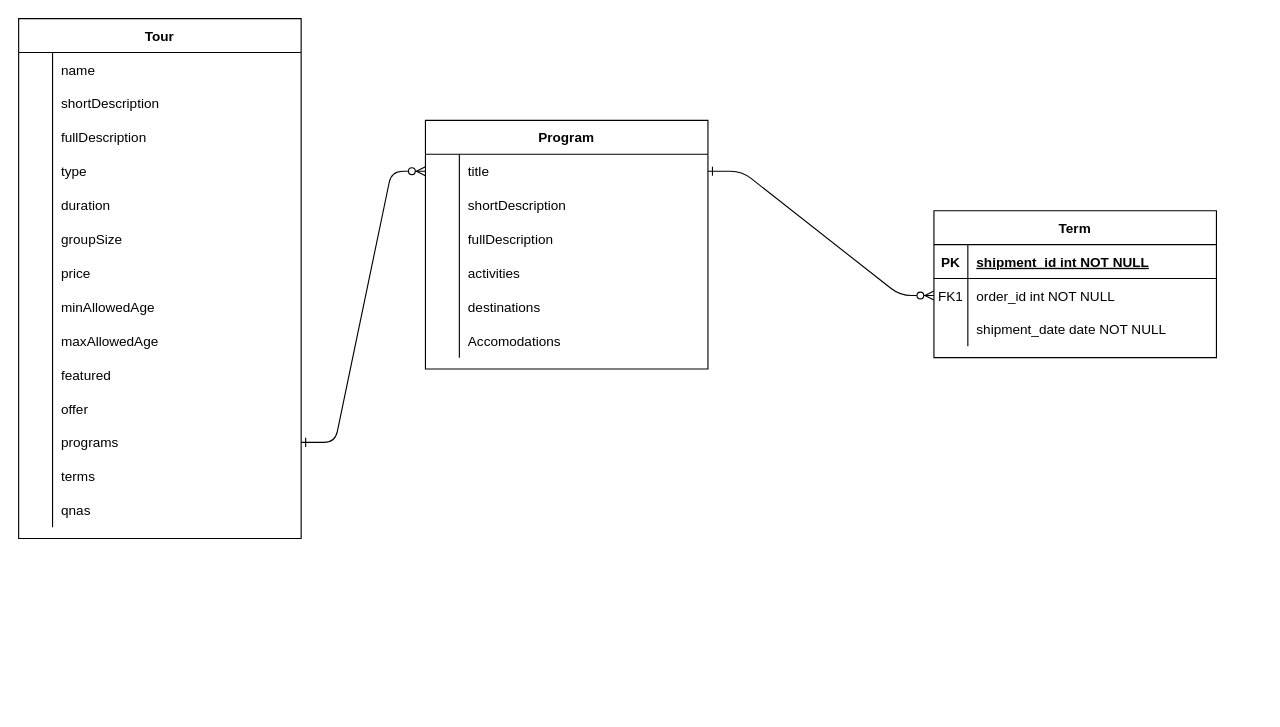
tarikwaleed/diagrams keeps this draw.io diagram as arrivo.drawio. Above is the earlier version. Source tidied: cells renumbered, new cells numbered last; positions are measured from the earlier drawing's top-left corner, leaving out a move shared by most shapes. Both pictures are drawn from the tidied source at 113%, with x=0, y=0 at pixel (18, 18).
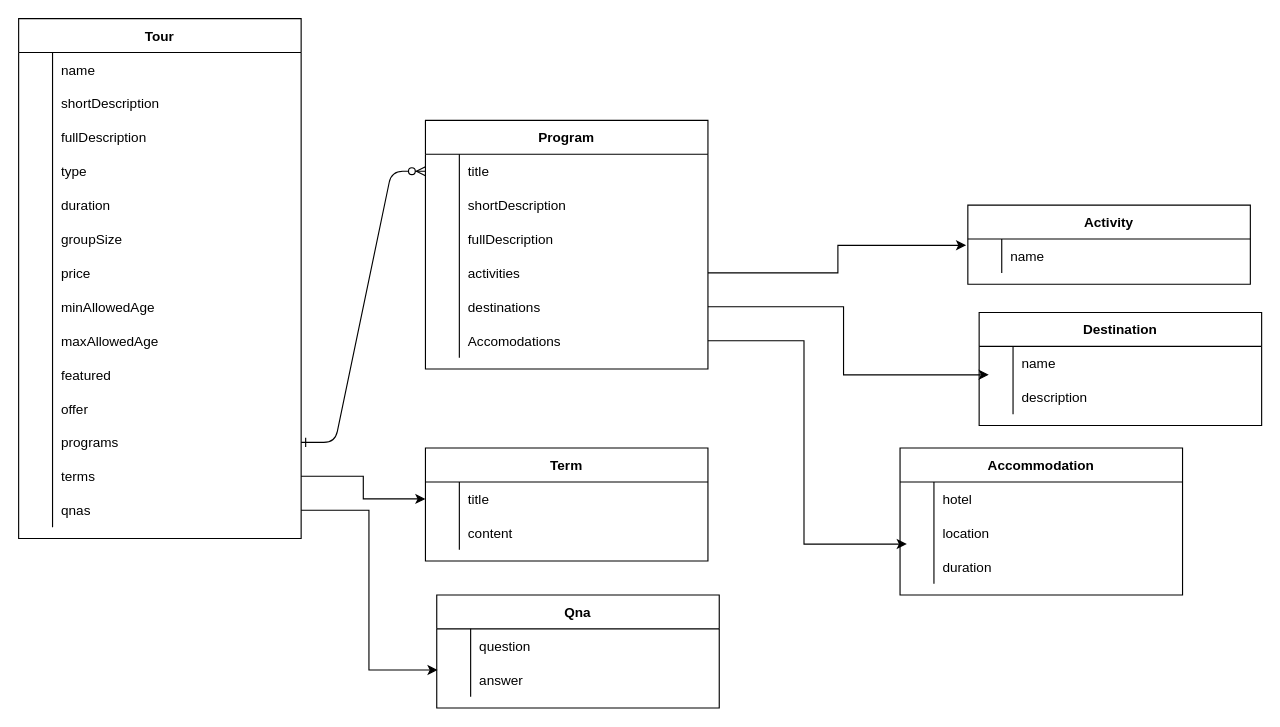
The same diagram, later.

Unchanged cells that the change refers to:
```xml
<mxCell id="14" style="shape=partialRectangle;fillColor=none;points=[[0,0.5],[1,0.5]];portConstraint=eastwest;top=0;left=0;right=0;bottom=0;" parent="4" vertex="1">
  <mxGeometry y="120" width="250" height="30" as="geometry" />
</mxCell>
<mxCell id="17" style="shape=partialRectangle;fillColor=none;points=[[0,0.5],[1,0.5]];portConstraint=eastwest;top=0;left=0;right=0;bottom=0;" parent="4" vertex="1">
  <mxGeometry y="150" width="250" height="30" as="geometry" />
</mxCell>
<mxCell id="20" style="shape=partialRectangle;fillColor=none;points=[[0,0.5],[1,0.5]];portConstraint=eastwest;top=0;left=0;right=0;bottom=0;" parent="4" vertex="1">
  <mxGeometry y="180" width="250" height="30" as="geometry" />
</mxCell>
<mxCell id="70" style="shape=partialRectangle;fillColor=none;points=[[0,0.5],[1,0.5]];portConstraint=eastwest;top=0;left=0;right=0;bottom=0;" parent="33" vertex="1">
  <mxGeometry y="390" width="250" height="30" as="geometry" />
</mxCell>
<mxCell id="73" style="shape=partialRectangle;fillColor=none;points=[[0,0.5],[1,0.5]];portConstraint=eastwest;top=0;left=0;right=0;bottom=0;" parent="33" vertex="1">
  <mxGeometry y="420" width="250" height="30" as="geometry" />
</mxCell>
```

The edit, as a diff of the source:
```diff
@@
-    <mxCell id="3" style="edgeStyle=entityRelationEdgeStyle;endArrow=ERzeroToMany;startArrow=ERone;endFill=1;startFill=0;" parent="1" edge="1" target="27">
-      <mxGeometry relative="1" as="geometry">
-        <mxPoint x="610" y="135" as="sourcePoint" />
-      </mxGeometry>
-    </mxCell>
@@
-    <mxCell id="23" value="Term" style="shape=table;startSize=30;childLayout=tableLayout;rowLines=0;fontStyle=1;align=center;" parent="1" vertex="1">
-      <mxGeometry x="810" y="170" width="250" height="130" as="geometry" />
+    <mxCell id="23" value="Activity" style="shape=table;startSize=30;childLayout=tableLayout;rowLines=0;fontStyle=1;align=center;" parent="1" vertex="1">
+      <mxGeometry x="840" y="165" width="250" height="70" as="geometry" />
     </mxCell>
-    <mxCell id="24" style="shape=partialRectangle;fillColor=none;top=0;left=0;right=0;bottom=1;" parent="23" vertex="1">
-      <mxGeometry y="30" width="250" height="30" as="geometry" />
-    </mxCell>
-    <mxCell id="25" value="PK" style="shape=partialRectangle;overflow=hidden;fillColor=none;top=0;left=0;bottom=0;right=0;fontStyle=1;" parent="24" vertex="1">
-      <mxGeometry width="30" height="30" as="geometry" />
-    </mxCell>
-    <mxCell id="26" value="shipment_id int NOT NULL " style="shape=partialRectangle;overflow=hidden;fillColor=none;top=0;left=0;bottom=0;right=0;align=left;spacingLeft=6;fontStyle=5;" parent="24" vertex="1">
-      <mxGeometry x="30" width="220" height="30" as="geometry" />
-    </mxCell>
     <mxCell id="27" style="shape=partialRectangle;fillColor=none;points=[[0,0.5],[1,0.5]];portConstraint=eastwest;top=0;left=0;right=0;bottom=0;" parent="23" vertex="1">
-      <mxGeometry y="60" width="250" height="30" as="geometry" />
+      <mxGeometry y="30" width="250" height="30" as="geometry" />
     </mxCell>
-    <mxCell id="28" value="FK1" style="shape=partialRectangle;overflow=hidden;fillColor=none;top=0;left=0;bottom=0;right=0;" parent="27" vertex="1">
+    <mxCell id="28" style="shape=partialRectangle;overflow=hidden;fillColor=none;top=0;left=0;bottom=0;right=0;" parent="27" vertex="1">
       <mxGeometry width="30" height="30" as="geometry" />
     </mxCell>
-    <mxCell id="29" value="order_id int NOT NULL" style="shape=partialRectangle;overflow=hidden;fillColor=none;top=0;left=0;bottom=0;right=0;align=left;spacingLeft=6;" parent="27" vertex="1">
+    <mxCell id="29" value="name" style="shape=partialRectangle;overflow=hidden;fillColor=none;top=0;left=0;bottom=0;right=0;align=left;spacingLeft=6;" parent="27" vertex="1">
       <mxGeometry x="30" width="220" height="30" as="geometry" />
     </mxCell>
-    <mxCell id="30" style="shape=partialRectangle;fillColor=none;points=[[0,0.5],[1,0.5]];portConstraint=eastwest;top=0;left=0;right=0;bottom=0;" parent="23" vertex="1">
-      <mxGeometry y="90" width="250" height="30" as="geometry" />
-    </mxCell>
-    <mxCell id="31" style="shape=partialRectangle;overflow=hidden;fillColor=none;top=0;left=0;bottom=0;right=0;" parent="30" vertex="1">
-      <mxGeometry width="30" height="30" as="geometry" />
-    </mxCell>
-    <mxCell id="32" value="shipment_date date NOT NULL" style="shape=partialRectangle;overflow=hidden;fillColor=none;top=0;left=0;bottom=0;right=0;align=left;spacingLeft=6;" parent="30" vertex="1">
-      <mxGeometry x="30" width="220" height="30" as="geometry" />
-    </mxCell>
@@
+    <mxCell id="77" style="edgeStyle=orthogonalEdgeStyle;rounded=0;jettySize=auto;html=1;exitX=1;exitY=0.5;exitDx=0;exitDy=0;entryX=-0.006;entryY=0.187;entryDx=0;entryDy=0;entryPerimeter=0;" parent="1" edge="1" source="14" target="27">
+      <mxGeometry relative="1" as="geometry" />
+    </mxCell>
+    <mxCell id="78" value="Destination" style="shape=table;startSize=30;childLayout=tableLayout;rowLines=0;fontStyle=1;align=center;" parent="1" vertex="1">
+      <mxGeometry x="850" y="260" width="250" height="100" as="geometry" />
+    </mxCell>
+    <mxCell id="79" style="shape=partialRectangle;fillColor=none;top=0;left=0;right=0;bottom=0;" parent="78" vertex="1">
+      <mxGeometry y="30" width="250" height="30" as="geometry" />
+    </mxCell>
+    <mxCell id="80" style="shape=partialRectangle;overflow=hidden;fillColor=none;top=0;left=0;bottom=0;right=0;" parent="79" vertex="1">
+      <mxGeometry width="30" height="30" as="geometry" />
+    </mxCell>
+    <mxCell id="81" value="name" style="shape=partialRectangle;overflow=hidden;fillColor=none;top=0;left=0;bottom=0;right=0;align=left;spacingLeft=6;" parent="79" vertex="1">
+      <mxGeometry x="30" width="220" height="30" as="geometry" />
+    </mxCell>
+    <mxCell id="82" style="shape=partialRectangle;fillColor=none;points=[[0,0.5],[1,0.5]];portConstraint=eastwest;top=0;left=0;right=0;bottom=0;" parent="78" vertex="1">
+      <mxGeometry y="60" width="250" height="30" as="geometry" />
+    </mxCell>
+    <mxCell id="83" style="shape=partialRectangle;overflow=hidden;fillColor=none;top=0;left=0;bottom=0;right=0;" parent="82" vertex="1">
+      <mxGeometry width="30" height="30" as="geometry" />
+    </mxCell>
+    <mxCell id="84" value="description" style="shape=partialRectangle;overflow=hidden;fillColor=none;top=0;left=0;bottom=0;right=0;align=left;spacingLeft=6;" parent="82" vertex="1">
+      <mxGeometry x="30" width="220" height="30" as="geometry" />
+    </mxCell>
+    <mxCell id="85" style="edgeStyle=orthogonalEdgeStyle;rounded=0;jettySize=auto;html=1;entryX=0.034;entryY=-0.16;entryDx=0;entryDy=0;entryPerimeter=0;" parent="1" edge="1" source="17" target="82">
+      <mxGeometry relative="1" as="geometry" />
+    </mxCell>
+    <mxCell id="86" value="Accommodation" style="shape=table;startSize=30;childLayout=tableLayout;rowLines=0;fontStyle=1;align=center;" parent="1" vertex="1">
+      <mxGeometry x="780" y="380" width="250" height="130" as="geometry" />
+    </mxCell>
+    <mxCell id="87" style="shape=partialRectangle;fillColor=none;top=0;left=0;right=0;bottom=0;" parent="86" vertex="1">
+      <mxGeometry y="30" width="250" height="30" as="geometry" />
+    </mxCell>
+    <mxCell id="88" style="shape=partialRectangle;overflow=hidden;fillColor=none;top=0;left=0;bottom=0;right=0;" parent="87" vertex="1">
+      <mxGeometry width="30" height="30" as="geometry" />
+    </mxCell>
+    <mxCell id="89" value="hotel" style="shape=partialRectangle;overflow=hidden;fillColor=none;top=0;left=0;bottom=0;right=0;align=left;spacingLeft=6;" parent="87" vertex="1">
+      <mxGeometry x="30" width="220" height="30" as="geometry" />
+    </mxCell>
+    <mxCell id="90" style="shape=partialRectangle;fillColor=none;top=0;left=0;right=0;bottom=0;" parent="86" vertex="1">
+      <mxGeometry y="60" width="250" height="30" as="geometry" />
+    </mxCell>
+    <mxCell id="91" style="shape=partialRectangle;overflow=hidden;fillColor=none;top=0;left=0;bottom=0;right=0;" parent="90" vertex="1">
+      <mxGeometry width="30" height="30" as="geometry" />
+    </mxCell>
+    <mxCell id="92" value="location" style="shape=partialRectangle;overflow=hidden;fillColor=none;top=0;left=0;bottom=0;right=0;align=left;spacingLeft=6;" parent="90" vertex="1">
+      <mxGeometry x="30" width="220" height="30" as="geometry" />
+    </mxCell>
+    <mxCell id="30" style="shape=partialRectangle;fillColor=none;points=[[0,0.5],[1,0.5]];portConstraint=eastwest;top=0;left=0;right=0;bottom=0;" parent="86" vertex="1">
+      <mxGeometry y="90" width="250" height="30" as="geometry" />
+    </mxCell>
+    <mxCell id="93" style="shape=partialRectangle;overflow=hidden;fillColor=none;top=0;left=0;bottom=0;right=0;" parent="30" vertex="1">
+      <mxGeometry width="30" height="30" as="geometry" />
+    </mxCell>
+    <mxCell id="94" value="duration" style="shape=partialRectangle;overflow=hidden;fillColor=none;top=0;left=0;bottom=0;right=0;align=left;spacingLeft=6;" parent="30" vertex="1">
+      <mxGeometry x="30" width="220" height="30" as="geometry" />
+    </mxCell>
+    <mxCell id="95" style="edgeStyle=orthogonalEdgeStyle;rounded=0;jettySize=auto;html=1;exitX=1;exitY=0.5;exitDx=0;exitDy=0;entryX=0.024;entryY=-0.167;entryDx=0;entryDy=0;entryPerimeter=0;" parent="1" edge="1" source="20" target="30">
+      <mxGeometry relative="1" as="geometry" />
+    </mxCell>
+    <mxCell id="96" value="Term" style="shape=table;startSize=30;childLayout=tableLayout;rowLines=0;fontStyle=1;align=center;" parent="1" vertex="1">
+      <mxGeometry x="360" y="380" width="250" height="100" as="geometry" />
+    </mxCell>
+    <mxCell id="97" style="shape=partialRectangle;fillColor=none;points=[[0,0.5],[1,0.5]];portConstraint=eastwest;top=0;left=0;right=0;bottom=0;" parent="96" vertex="1">
+      <mxGeometry y="30" width="250" height="30" as="geometry" />
+    </mxCell>
+    <mxCell id="98" style="shape=partialRectangle;overflow=hidden;fillColor=none;top=0;left=0;bottom=0;right=0;" parent="97" vertex="1">
+      <mxGeometry width="30" height="30" as="geometry" />
+    </mxCell>
+    <mxCell id="99" value="title" style="shape=partialRectangle;overflow=hidden;fillColor=none;top=0;left=0;bottom=0;right=0;align=left;spacingLeft=6;" parent="97" vertex="1">
+      <mxGeometry x="30" width="220" height="30" as="geometry" />
+    </mxCell>
+    <mxCell id="100" style="shape=partialRectangle;fillColor=none;top=0;left=0;right=0;bottom=0;" parent="96" vertex="1">
+      <mxGeometry y="60" width="250" height="30" as="geometry" />
+    </mxCell>
+    <mxCell id="101" style="shape=partialRectangle;overflow=hidden;fillColor=none;top=0;left=0;bottom=0;right=0;" parent="100" vertex="1">
+      <mxGeometry width="30" height="30" as="geometry" />
+    </mxCell>
+    <mxCell id="102" value="content" style="shape=partialRectangle;overflow=hidden;fillColor=none;top=0;left=0;bottom=0;right=0;align=left;spacingLeft=6;" parent="100" vertex="1">
+      <mxGeometry x="30" width="220" height="30" as="geometry" />
+    </mxCell>
+    <mxCell id="103" style="edgeStyle=orthogonalEdgeStyle;rounded=0;jettySize=auto;html=1;exitX=1;exitY=0.5;exitDx=0;exitDy=0;entryX=0;entryY=0.5;entryDx=0;entryDy=0;" parent="1" edge="1" source="70" target="97">
+      <mxGeometry relative="1" as="geometry" />
+    </mxCell>
+    <mxCell id="104" value="Qna" style="shape=table;startSize=30;childLayout=tableLayout;rowLines=0;fontStyle=1;align=center;" parent="1" vertex="1">
+      <mxGeometry x="370" y="510" width="250" height="100" as="geometry" />
+    </mxCell>
+    <mxCell id="105" style="shape=partialRectangle;fillColor=none;top=0;left=0;right=0;bottom=0;" parent="104" vertex="1">
+      <mxGeometry y="30" width="250" height="30" as="geometry" />
+    </mxCell>
+    <mxCell id="106" style="shape=partialRectangle;overflow=hidden;fillColor=none;top=0;left=0;bottom=0;right=0;" parent="105" vertex="1">
+      <mxGeometry width="30" height="30" as="geometry" />
+    </mxCell>
+    <mxCell id="107" value="question" style="shape=partialRectangle;overflow=hidden;fillColor=none;top=0;left=0;bottom=0;right=0;align=left;spacingLeft=6;" parent="105" vertex="1">
+      <mxGeometry x="30" width="220" height="30" as="geometry" />
+    </mxCell>
+    <mxCell id="108" style="shape=partialRectangle;fillColor=none;points=[[0,0.5],[1,0.5]];portConstraint=eastwest;top=0;left=0;right=0;bottom=0;" parent="104" vertex="1">
+      <mxGeometry y="60" width="250" height="30" as="geometry" />
+    </mxCell>
+    <mxCell id="109" style="shape=partialRectangle;overflow=hidden;fillColor=none;top=0;left=0;bottom=0;right=0;" parent="108" vertex="1">
+      <mxGeometry width="30" height="30" as="geometry" />
+    </mxCell>
+    <mxCell id="110" value="answer" style="shape=partialRectangle;overflow=hidden;fillColor=none;top=0;left=0;bottom=0;right=0;align=left;spacingLeft=6;" parent="108" vertex="1">
+      <mxGeometry x="30" width="220" height="30" as="geometry" />
+    </mxCell>
+    <mxCell id="111" style="edgeStyle=orthogonalEdgeStyle;rounded=0;jettySize=auto;html=1;exitX=1;exitY=0.5;exitDx=0;exitDy=0;entryX=0.003;entryY=0.214;entryDx=0;entryDy=0;entryPerimeter=0;" parent="1" edge="1" source="73" target="108">
+      <mxGeometry relative="1" as="geometry" />
+    </mxCell>
```
